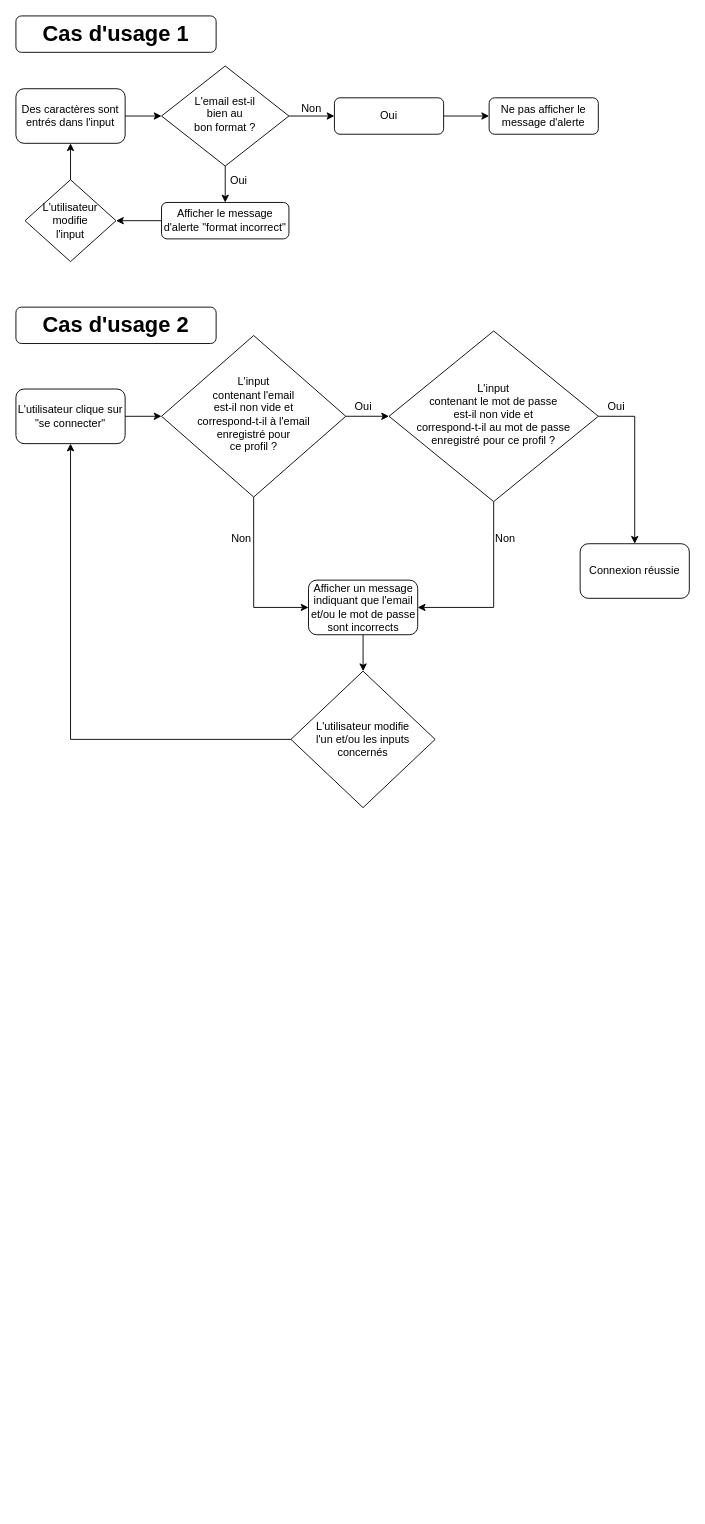
The draw.io diagram page "Page de connexion" (1 of 5) of Learn@Home_Diagrammes.drawio in Adv13/DENIE_Tiffany_10_03032022, before the edit. Source tidied: cells renumbered, new cells numbered last; positions are measured from the earlier drawing's top-left corner, leaving out a move shared by most shapes. Both pictures are drawn from the tidied source at 91%, with x=0, y=0 at pixel (15, 15).
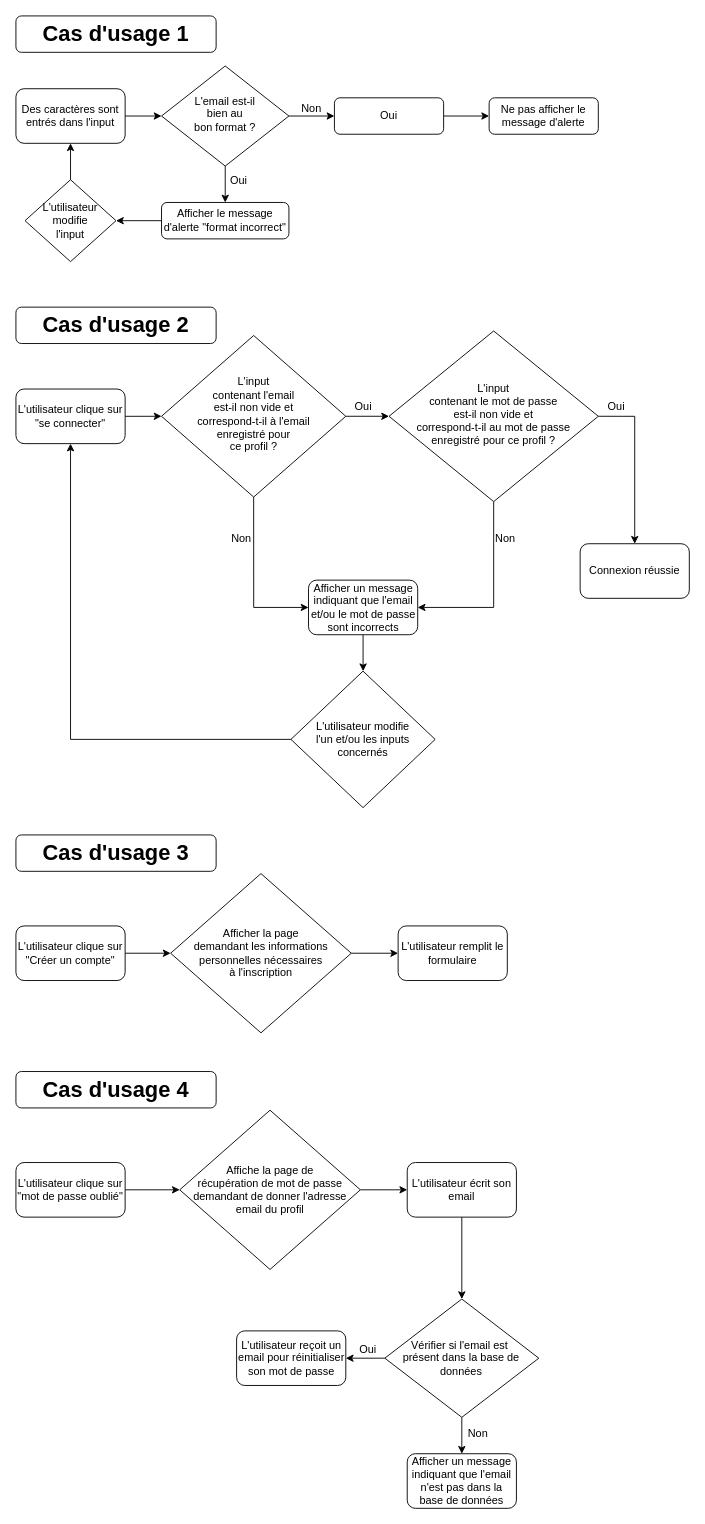
After the change.

What changed in the source:
```diff
@@
+    <mxCell id="35" value="&lt;b&gt;&lt;font style=&quot;font-size: 24px&quot;&gt;Cas d'usage 3&lt;/font&gt;&lt;/b&gt;" style="rounded=1;whiteSpace=wrap;html=1;fontSize=12;glass=0;strokeWidth=1;shadow=0;" parent="1" vertex="1">
+      <mxGeometry y="900" width="220" height="40" as="geometry" />
+    </mxCell>
+    <mxCell id="36" style="edgeStyle=orthogonalEdgeStyle;rounded=0;jettySize=auto;html=1;exitX=1;exitY=0.5;exitDx=0;exitDy=0;fontSize=12;" parent="1" edge="1" source="37" target="39">
+      <mxGeometry relative="1" as="geometry" />
+    </mxCell>
+    <mxCell id="37" value="L'utilisateur clique sur &quot;Créer un compte&quot;" style="rounded=1;whiteSpace=wrap;html=1;" parent="1" vertex="1">
+      <mxGeometry y="1000" width="120" height="60" as="geometry" />
+    </mxCell>
+    <mxCell id="38" style="edgeStyle=orthogonalEdgeStyle;rounded=0;jettySize=auto;html=1;exitX=1;exitY=0.5;exitDx=0;exitDy=0;entryX=0;entryY=0.5;entryDx=0;entryDy=0;fontSize=12;" parent="1" edge="1" source="39" target="40">
+      <mxGeometry relative="1" as="geometry" />
+    </mxCell>
+    <mxCell id="39" value="Afficher la page&lt;br&gt;demandant les informations &lt;br&gt;personnelles nécessaires &lt;br&gt;à l'inscription" style="rhombus;whiteSpace=wrap;html=1;fontSize=12;" parent="1" vertex="1">
+      <mxGeometry x="170" y="942.5" width="198.5" height="175" as="geometry" />
+    </mxCell>
+    <mxCell id="40" value="L'utilisateur remplit le formulaire" style="rounded=1;whiteSpace=wrap;html=1;" parent="1" vertex="1">
+      <mxGeometry x="420" y="1000" width="120" height="60" as="geometry" />
+    </mxCell>
+    <mxCell id="41" value="&lt;b&gt;&lt;font style=&quot;font-size: 24px&quot;&gt;Cas d'usage 4&lt;/font&gt;&lt;/b&gt;" style="rounded=1;whiteSpace=wrap;html=1;fontSize=12;glass=0;strokeWidth=1;shadow=0;" parent="1" vertex="1">
+      <mxGeometry y="1160" width="220" height="40" as="geometry" />
+    </mxCell>
+    <mxCell id="42" style="edgeStyle=orthogonalEdgeStyle;rounded=0;jettySize=auto;html=1;exitX=1;exitY=0.5;exitDx=0;exitDy=0;entryX=0;entryY=0.5;entryDx=0;entryDy=0;fontSize=12;" parent="1" edge="1" source="43" target="45">
+      <mxGeometry relative="1" as="geometry" />
+    </mxCell>
+    <mxCell id="43" value="L'utilisateur clique sur &quot;mot de passe oublié&quot;" style="rounded=1;whiteSpace=wrap;html=1;" parent="1" vertex="1">
+      <mxGeometry y="1260" width="120" height="60" as="geometry" />
+    </mxCell>
+    <mxCell id="44" style="edgeStyle=orthogonalEdgeStyle;rounded=0;jettySize=auto;html=1;exitX=1;exitY=0.5;exitDx=0;exitDy=0;fontSize=12;" parent="1" edge="1" source="45" target="47">
+      <mxGeometry relative="1" as="geometry" />
+    </mxCell>
+    <mxCell id="45" value="Affiche la page de&lt;br&gt;récupération de mot de passe demandant de donner l'adresse email du profil" style="rhombus;whiteSpace=wrap;html=1;fontSize=12;" parent="1" vertex="1">
+      <mxGeometry x="180" y="1202.5" width="198.5" height="175" as="geometry" />
+    </mxCell>
+    <mxCell id="46" style="edgeStyle=orthogonalEdgeStyle;rounded=0;jettySize=auto;html=1;exitX=0.5;exitY=1;exitDx=0;exitDy=0;fontSize=12;" parent="1" edge="1" source="47" target="50">
+      <mxGeometry relative="1" as="geometry" />
+    </mxCell>
+    <mxCell id="47" value="L'utilisateur écrit son email" style="rounded=1;whiteSpace=wrap;html=1;" parent="1" vertex="1">
+      <mxGeometry x="430" y="1260" width="120" height="60" as="geometry" />
+    </mxCell>
+    <mxCell id="48" style="edgeStyle=orthogonalEdgeStyle;rounded=0;jettySize=auto;html=1;exitX=0;exitY=0.5;exitDx=0;exitDy=0;entryX=1;entryY=0.5;entryDx=0;entryDy=0;fontSize=12;" parent="1" edge="1" source="50" target="51">
+      <mxGeometry relative="1" as="geometry" />
+    </mxCell>
+    <mxCell id="49" style="edgeStyle=orthogonalEdgeStyle;rounded=0;jettySize=auto;html=1;exitX=0.5;exitY=1;exitDx=0;exitDy=0;entryX=0.5;entryY=0;entryDx=0;entryDy=0;fontSize=12;" parent="1" edge="1" source="50" target="54">
+      <mxGeometry relative="1" as="geometry" />
+    </mxCell>
+    <mxCell id="50" value="Vérifier si l'email est&amp;nbsp;&lt;br&gt;présent dans la base de&lt;br&gt;données" style="rhombus;whiteSpace=wrap;html=1;fontSize=12;" parent="1" vertex="1">
+      <mxGeometry x="405.4" y="1410" width="169.2" height="130" as="geometry" />
+    </mxCell>
+    <mxCell id="51" value="L'utilisateur reçoit un email pour réinitialiser son mot de passe" style="rounded=1;whiteSpace=wrap;html=1;" parent="1" vertex="1">
+      <mxGeometry x="242.5" y="1445" width="120" height="60" as="geometry" />
+    </mxCell>
+    <mxCell id="52" value="Oui" style="text;html=1;strokeColor=none;fillColor=none;align=center;verticalAlign=middle;whiteSpace=wrap;rounded=0;fontSize=12;" parent="1" vertex="1">
+      <mxGeometry x="371.5" y="1456" width="30" height="20" as="geometry" />
+    </mxCell>
+    <mxCell id="53" value="Non" style="text;html=1;strokeColor=none;fillColor=none;align=center;verticalAlign=middle;whiteSpace=wrap;rounded=0;fontSize=12;" parent="1" vertex="1">
+      <mxGeometry x="493" y="1548" width="30" height="20" as="geometry" />
+    </mxCell>
+    <mxCell id="54" value="Afficher un message indiquant que l'email n'est pas dans la base de données" style="rounded=1;whiteSpace=wrap;html=1;" parent="1" vertex="1">
+      <mxGeometry x="430" y="1580" width="120" height="60" as="geometry" />
+    </mxCell>
```
